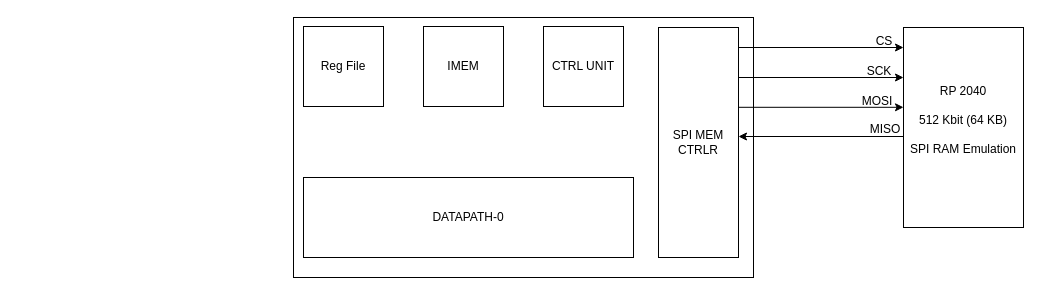
ubc-asic/superscalar-summer keeps this draw.io diagram as single-cycle/Hardware Arch.drawio. Above is the earlier version. Source tidied: cells renumbered, new cells numbered last; positions are measured from the earlier drawing's top-left corner, leaving out a move shared by most shapes. Both pictures are drawn from the tidied source at 100%, with x=0, y=0 at pixel (293, 17).
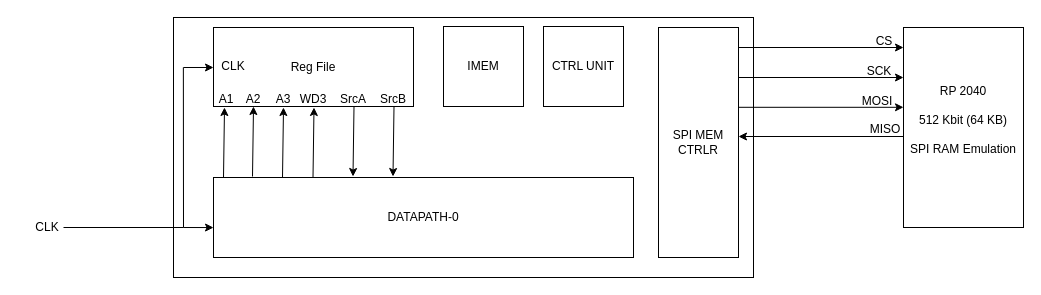
The same diagram, later.

What changed in the source:
```diff
@@
     <mxCell id="3" value="&lt;div&gt;&lt;br&gt;&lt;/div&gt;" style="whiteSpace=wrap;html=1;" parent="1" vertex="1">
-      <mxGeometry width="460" height="260" as="geometry" />
+      <mxGeometry x="-120" width="580" height="260" as="geometry" />
     </mxCell>
     <mxCell id="4" value="Reg File" style="whiteSpace=wrap;html=1;" parent="1" vertex="1">
-      <mxGeometry x="10" y="9" width="80" height="80" as="geometry" />
+      <mxGeometry x="-80" y="10" width="200" height="79" as="geometry" />
     </mxCell>
@@
     <mxCell id="6" value="DATAPATH-0" style="whiteSpace=wrap;html=1;" parent="1" vertex="1">
-      <mxGeometry x="10" y="160" width="330" height="80" as="geometry" />
+      <mxGeometry x="-80" y="160" width="420" height="80" as="geometry" />
     </mxCell>
     <mxCell id="7" value="IMEM" style="whiteSpace=wrap;html=1;" parent="1" vertex="1">
-      <mxGeometry x="130" y="9" width="80" height="80" as="geometry" />
+      <mxGeometry x="150" y="9" width="80" height="80" as="geometry" />
     </mxCell>
@@
+    <mxCell id="17" style="endArrow=none;html=1;rounded=0;" parent="1" edge="1">
+      <mxGeometry relative="1" as="geometry">
+        <mxPoint x="-230" y="210" as="sourcePoint" />
+        <mxPoint x="-110" y="210" as="targetPoint" />
+      </mxGeometry>
+    </mxCell>
+    <mxCell id="18" value="CLK" style="text;html=1;whiteSpace=wrap;strokeColor=none;fillColor=none;align=center;verticalAlign=middle;rounded=0;" parent="1" vertex="1">
+      <mxGeometry x="-276" y="195" width="60" height="30" as="geometry" />
+    </mxCell>
+    <mxCell id="19" style="endArrow=classic;html=1;rounded=0;" parent="1" edge="1">
+      <mxGeometry relative="1" as="geometry">
+        <mxPoint x="-70" y="160" as="sourcePoint" />
+        <mxPoint x="-69" y="90" as="targetPoint" />
+      </mxGeometry>
+    </mxCell>
+    <mxCell id="20" value="A1" style="text;html=1;whiteSpace=wrap;strokeColor=none;fillColor=none;align=center;verticalAlign=middle;rounded=0;" parent="1" vertex="1">
+      <mxGeometry x="-97" y="67" width="60" height="30" as="geometry" />
+    </mxCell>
+    <mxCell id="21" value="A2" style="text;html=1;whiteSpace=wrap;strokeColor=none;fillColor=none;align=center;verticalAlign=middle;rounded=0;" parent="1" vertex="1">
+      <mxGeometry x="-70" y="67" width="60" height="30" as="geometry" />
+    </mxCell>
+    <mxCell id="22" value="A3" style="text;html=1;whiteSpace=wrap;strokeColor=none;fillColor=none;align=center;verticalAlign=middle;rounded=0;" parent="1" vertex="1">
+      <mxGeometry x="-40" y="67" width="60" height="30" as="geometry" />
+    </mxCell>
+    <mxCell id="23" value="WD3" style="text;html=1;whiteSpace=wrap;strokeColor=none;fillColor=none;align=center;verticalAlign=middle;rounded=0;" parent="1" vertex="1">
+      <mxGeometry x="-10" y="67" width="60" height="30" as="geometry" />
+    </mxCell>
+    <mxCell id="24" style="endArrow=classic;html=1;rounded=0;" parent="1" edge="1">
+      <mxGeometry relative="1" as="geometry">
+        <mxPoint x="-41" y="159" as="sourcePoint" />
+        <mxPoint x="-40" y="89" as="targetPoint" />
+      </mxGeometry>
+    </mxCell>
+    <mxCell id="25" style="endArrow=classic;html=1;rounded=0;" parent="1" edge="1">
+      <mxGeometry relative="1" as="geometry">
+        <mxPoint x="-11" y="160" as="sourcePoint" />
+        <mxPoint x="-10" y="90" as="targetPoint" />
+      </mxGeometry>
+    </mxCell>
+    <mxCell id="26" style="endArrow=classic;html=1;rounded=0;" parent="1" edge="1">
+      <mxGeometry relative="1" as="geometry">
+        <mxPoint x="19.5" y="160" as="sourcePoint" />
+        <mxPoint x="20.5" y="90" as="targetPoint" />
+      </mxGeometry>
+    </mxCell>
+    <mxCell id="27" style="endArrow=classic;html=1;rounded=0;" parent="1" edge="1">
+      <mxGeometry relative="1" as="geometry">
+        <mxPoint x="60.5" y="89" as="sourcePoint" />
+        <mxPoint x="59.5" y="159" as="targetPoint" />
+      </mxGeometry>
+    </mxCell>
+    <mxCell id="28" value="SrcA" style="text;html=1;whiteSpace=wrap;strokeColor=none;fillColor=none;align=center;verticalAlign=middle;rounded=0;" parent="1" vertex="1">
+      <mxGeometry x="30" y="67" width="60" height="30" as="geometry" />
+    </mxCell>
+    <mxCell id="29" value="SrcB" style="text;html=1;whiteSpace=wrap;strokeColor=none;fillColor=none;align=center;verticalAlign=middle;rounded=0;" parent="1" vertex="1">
+      <mxGeometry x="70" y="67" width="60" height="30" as="geometry" />
+    </mxCell>
+    <mxCell id="30" style="endArrow=classic;html=1;rounded=0;" parent="1" edge="1">
+      <mxGeometry relative="1" as="geometry">
+        <mxPoint x="100.5" y="89" as="sourcePoint" />
+        <mxPoint x="99.5" y="159" as="targetPoint" />
+      </mxGeometry>
+    </mxCell>
+    <mxCell id="31" value="CLK" style="text;html=1;whiteSpace=wrap;strokeColor=none;fillColor=none;align=center;verticalAlign=middle;rounded=0;" parent="1" vertex="1">
+      <mxGeometry x="-90" y="34" width="60" height="30" as="geometry" />
+    </mxCell>
+    <mxCell id="32" style="endArrow=none;html=1;rounded=0;entryX=0.017;entryY=0.192;entryDx=0;entryDy=0;entryPerimeter=0;" parent="1" edge="1" target="3">
+      <mxGeometry relative="1" as="geometry">
+        <mxPoint x="-110" y="210" as="sourcePoint" />
+      </mxGeometry>
+    </mxCell>
+    <mxCell id="33" style="endArrow=classic;html=1;rounded=0;entryX=0.167;entryY=0.533;entryDx=0;entryDy=0;entryPerimeter=0;" parent="1" edge="1" target="31">
+      <mxGeometry relative="1" as="geometry">
+        <mxPoint x="-110" y="50" as="sourcePoint" />
+      </mxGeometry>
+    </mxCell>
+    <mxCell id="34" style="endArrow=classic;html=1;rounded=0;entryX=0.069;entryY=0.808;entryDx=0;entryDy=0;entryPerimeter=0;" parent="1" edge="1" target="3">
+      <mxGeometry relative="1" as="geometry">
+        <mxPoint x="-110" y="210" as="sourcePoint" />
+      </mxGeometry>
+    </mxCell>
```
